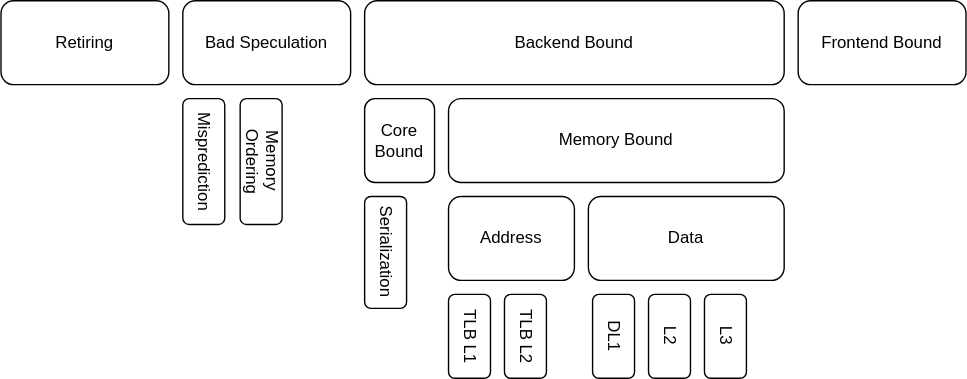
This is images/tma-full.svg from riscv/riscv-performance-events, a draw.io export, as it was before one commit. Source tidied: cells renumbered, new cells last; positions are measured from the earlier drawing's top-left corner, leaving out a move shared by most shapes.
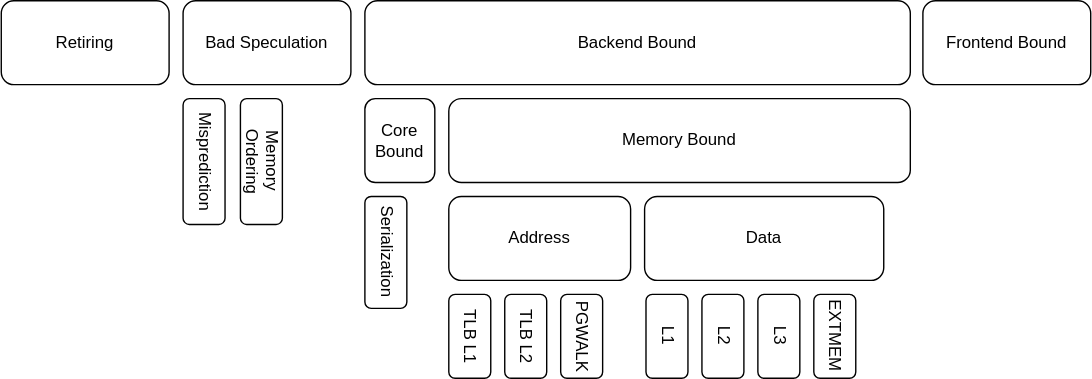
Later version of the same file.

Commit message:
revise TMA diagrams to better match RV events

What changed in the source:
```diff
@@ -9,25 +9,25 @@
       <mxGeometry x="130" width="120" height="60" as="geometry" />
     </mxCell>
     <mxCell id="4" value="Backend Bound" style="rounded=1;whiteSpace=wrap;html=1;" parent="1" vertex="1">
-      <mxGeometry x="260" width="300" height="60" as="geometry" />
+      <mxGeometry x="260" width="390" height="60" as="geometry" />
     </mxCell>
     <mxCell id="5" value="Frontend Bound" style="rounded=1;whiteSpace=wrap;html=1;" parent="1" vertex="1">
-      <mxGeometry x="570" width="120" height="60" as="geometry" />
+      <mxGeometry x="659" width="120" height="60" as="geometry" />
     </mxCell>
     <mxCell id="6" value="Core Bound" style="rounded=1;whiteSpace=wrap;html=1;" parent="1" vertex="1">
       <mxGeometry x="260" y="70" width="50" height="60" as="geometry" />
     </mxCell>
     <mxCell id="7" value="Memory Bound" style="rounded=1;whiteSpace=wrap;html=1;" parent="1" vertex="1">
-      <mxGeometry x="320" y="70" width="240" height="60" as="geometry" />
+      <mxGeometry x="320" y="70" width="330" height="60" as="geometry" />
     </mxCell>
     <mxCell id="8" value="Serialization" style="rounded=1;whiteSpace=wrap;html=1;textDirection=vertical-rl;" parent="1" vertex="1">
       <mxGeometry x="260" y="140" width="30" height="80" as="geometry" />
     </mxCell>
     <mxCell id="9" value="Address" style="rounded=1;whiteSpace=wrap;html=1;" parent="1" vertex="1">
-      <mxGeometry x="320" y="140" width="90" height="60" as="geometry" />
+      <mxGeometry x="320" y="140" width="130" height="60" as="geometry" />
     </mxCell>
     <mxCell id="10" value="Data" style="rounded=1;whiteSpace=wrap;html=1;" parent="1" vertex="1">
-      <mxGeometry x="420" y="140" width="140" height="60" as="geometry" />
+      <mxGeometry x="460" y="140" width="171" height="60" as="geometry" />
     </mxCell>
     <mxCell id="11" value="TLB L1" style="rounded=1;whiteSpace=wrap;html=1;textDirection=vertical-rl;" parent="1" vertex="1">
       <mxGeometry x="320" y="210" width="30" height="60" as="geometry" />
@@ -35,14 +35,14 @@
     <mxCell id="12" value="TLB L2" style="rounded=1;whiteSpace=wrap;html=1;textDirection=vertical-rl;" parent="1" vertex="1">
       <mxGeometry x="360" y="210" width="30" height="60" as="geometry" />
     </mxCell>
-    <mxCell id="13" value="DL1" style="rounded=1;whiteSpace=wrap;html=1;textDirection=vertical-rl;" parent="1" vertex="1">
-      <mxGeometry x="423" y="210" width="30" height="60" as="geometry" />
+    <mxCell id="13" value="L1" style="rounded=1;whiteSpace=wrap;html=1;textDirection=vertical-rl;" parent="1" vertex="1">
+      <mxGeometry x="461" y="210" width="30" height="60" as="geometry" />
     </mxCell>
     <mxCell id="14" value="L2" style="rounded=1;whiteSpace=wrap;html=1;textDirection=vertical-rl;" parent="1" vertex="1">
-      <mxGeometry x="463" y="210" width="30" height="60" as="geometry" />
+      <mxGeometry x="501" y="210" width="30" height="60" as="geometry" />
     </mxCell>
     <mxCell id="15" value="L3" style="rounded=1;whiteSpace=wrap;html=1;textDirection=vertical-rl;" parent="1" vertex="1">
-      <mxGeometry x="503" y="210" width="30" height="60" as="geometry" />
+      <mxGeometry x="541" y="210" width="30" height="60" as="geometry" />
     </mxCell>
     <mxCell id="16" value="Misprediction" style="rounded=1;whiteSpace=wrap;html=1;textDirection=vertical-rl;" parent="1" vertex="1">
       <mxGeometry x="130" y="70" width="30" height="90" as="geometry" />
@@ -50,5 +50,11 @@
     <mxCell id="17" value="Memory Ordering" style="rounded=1;whiteSpace=wrap;html=1;textDirection=vertical-rl;" parent="1" vertex="1">
       <mxGeometry x="171" y="70" width="30" height="90" as="geometry" />
     </mxCell>
+    <mxCell id="18" value="EXTMEM" style="rounded=1;whiteSpace=wrap;html=1;textDirection=vertical-rl;" parent="1" vertex="1">
+      <mxGeometry x="581" y="210" width="30" height="60" as="geometry" />
+    </mxCell>
+    <mxCell id="19" value="PGWALK" style="rounded=1;whiteSpace=wrap;html=1;textDirection=vertical-rl;" parent="1" vertex="1">
+      <mxGeometry x="400" y="210" width="30" height="60" as="geometry" />
+    </mxCell>
   </root>
 </mxGraphModel>
```
